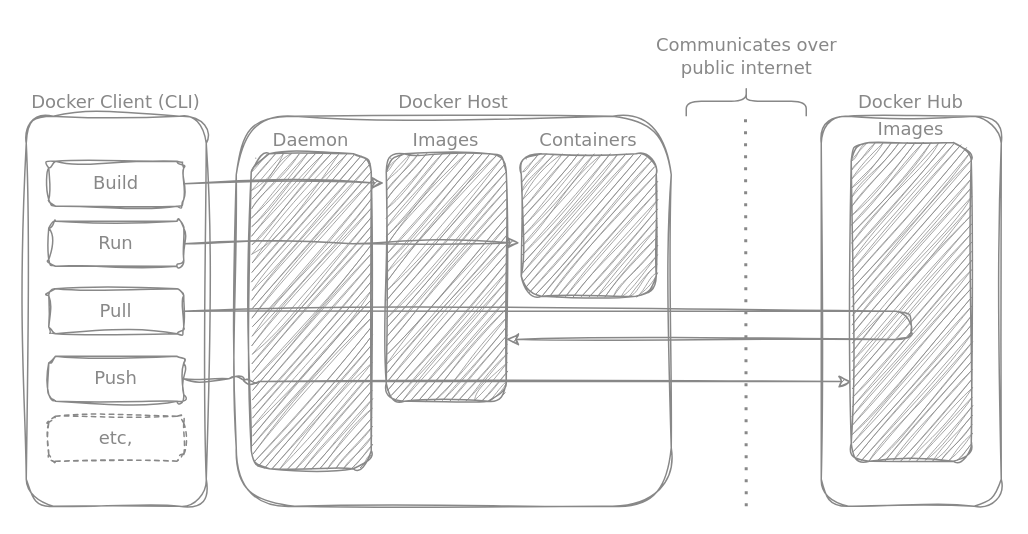
Before: diagrams/docker_architecture.drawio in MichaelStott/tech-squawks, a draw.io diagram. Source tidied: cells renumbered, new cells numbered last; positions are measured from the earlier drawing's top-left corner, leaving out a move shared by most shapes. Both pictures are drawn from the tidied source at 150%, with x=0, y=0 at pixel (26, 26).
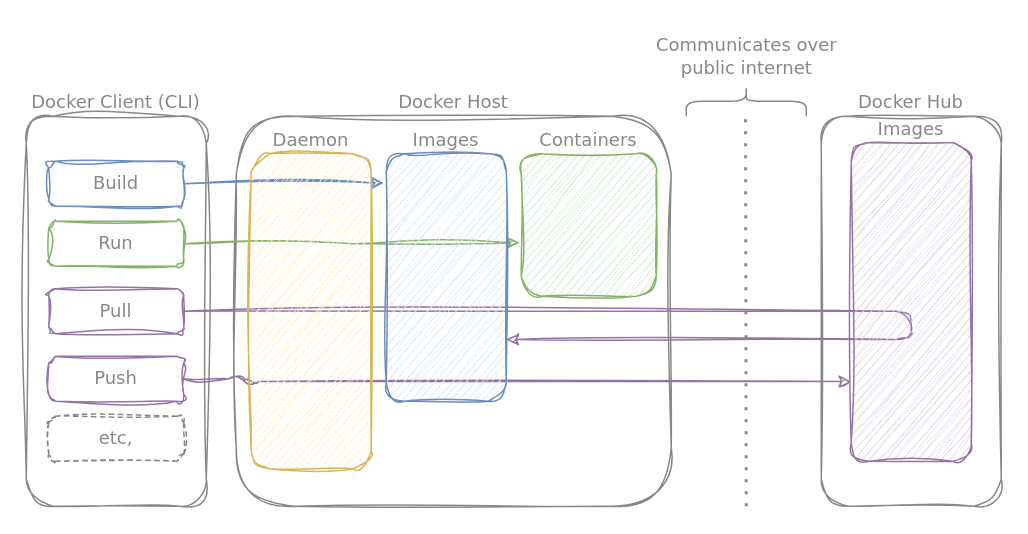
After the change.

Commit message (it also covers changes not shown here):
Updating Docker overview

What changed in the source:
```diff
@@
-    <mxCell id="5" style="edgeStyle=orthogonalEdgeStyle;jettySize=auto;html=1;exitX=1;exitY=0.5;exitDx=0;exitDy=0;entryX=-0.02;entryY=0.118;entryDx=0;entryDy=0;entryPerimeter=0;curved=1;sketch=1;curveFitting=1;jiggle=2;strokeColor=#888888;fontColor=#888888;" parent="1" edge="1" source="6" target="15">
+    <mxCell id="5" style="edgeStyle=orthogonalEdgeStyle;jettySize=auto;html=1;exitX=1;exitY=0.5;exitDx=0;exitDy=0;entryX=-0.02;entryY=0.118;entryDx=0;entryDy=0;entryPerimeter=0;curved=1;sketch=1;curveFitting=1;jiggle=2;strokeColor=#6c8ebf;fontColor=#888888;fillColor=#dae8fc;" parent="1" edge="1" source="6" target="15">
       <mxGeometry relative="1" as="geometry" />
     </mxCell>
-    <mxCell id="6" value="Build" style="rounded=1;whiteSpace=wrap;html=1;fillColor=none;fontFamily=Verdana;sketch=1;curveFitting=1;jiggle=2;strokeColor=#888888;fontColor=#888888;" parent="1" vertex="1">
+    <mxCell id="6" value="&lt;font color=&quot;#888888&quot;&gt;Build&lt;/font&gt;" style="rounded=1;whiteSpace=wrap;html=1;fillColor=none;fontFamily=Verdana;sketch=1;curveFitting=1;jiggle=2;strokeColor=#6c8ebf;" parent="1" vertex="1">
       <mxGeometry x="15" y="90" width="90" height="30" as="geometry" />
     </mxCell>
-    <mxCell id="7" style="edgeStyle=orthogonalEdgeStyle;rounded=0;jettySize=auto;html=1;exitX=1;exitY=0.5;exitDx=0;exitDy=0;entryX=-0.013;entryY=0.625;entryDx=0;entryDy=0;entryPerimeter=0;sketch=1;curveFitting=1;jiggle=2;strokeColor=#888888;fontColor=#888888;" parent="1" edge="1" source="8" target="16">
+    <mxCell id="7" style="edgeStyle=orthogonalEdgeStyle;rounded=0;jettySize=auto;html=1;exitX=1;exitY=0.5;exitDx=0;exitDy=0;entryX=-0.013;entryY=0.625;entryDx=0;entryDy=0;entryPerimeter=0;sketch=1;curveFitting=1;jiggle=2;strokeColor=#82b366;fontColor=#888888;fillColor=#d5e8d4;" parent="1" edge="1" source="8" target="16">
       <mxGeometry relative="1" as="geometry" />
     </mxCell>
-    <mxCell id="8" value="Run" style="rounded=1;whiteSpace=wrap;html=1;fillColor=none;fontFamily=Verdana;sketch=1;curveFitting=1;jiggle=2;strokeColor=#888888;fontColor=#888888;" parent="1" vertex="1">
+    <mxCell id="8" value="&lt;font color=&quot;#888888&quot;&gt;Run&lt;/font&gt;" style="rounded=1;whiteSpace=wrap;html=1;fillColor=none;fontFamily=Verdana;sketch=1;curveFitting=1;jiggle=2;strokeColor=#82b366;" parent="1" vertex="1">
       <mxGeometry x="15" y="130" width="90" height="30" as="geometry" />
     </mxCell>
-    <mxCell id="9" style="edgeStyle=orthogonalEdgeStyle;rounded=1;jettySize=auto;html=1;exitX=1;exitY=0.5;exitDx=0;exitDy=0;entryX=1;entryY=0.75;entryDx=0;entryDy=0;sketch=1;curveFitting=1;jiggle=2;strokeColor=#888888;fontColor=#888888;" parent="1" edge="1" source="10" target="15">
+    <mxCell id="9" style="edgeStyle=orthogonalEdgeStyle;rounded=1;jettySize=auto;html=1;exitX=1;exitY=0.5;exitDx=0;exitDy=0;entryX=1;entryY=0.75;entryDx=0;entryDy=0;sketch=1;curveFitting=1;jiggle=2;strokeColor=#9673a6;fontColor=#888888;fillColor=#e1d5e7;" parent="1" edge="1" source="10" target="15">
       <mxGeometry relative="1" as="geometry">
         <Array as="points">
           <mxPoint x="590" y="190" />
           <mxPoint x="590" y="209" />
         </Array>
       </mxGeometry>
     </mxCell>
-    <mxCell id="10" value="Pull" style="rounded=1;whiteSpace=wrap;html=1;fillColor=none;fontFamily=Verdana;sketch=1;curveFitting=1;jiggle=2;strokeColor=#888888;fontColor=#888888;" parent="1" vertex="1">
+    <mxCell id="10" value="&lt;font color=&quot;#888888&quot;&gt;Pull&lt;/font&gt;" style="rounded=1;whiteSpace=wrap;html=1;fillColor=none;fontFamily=Verdana;sketch=1;curveFitting=1;jiggle=2;strokeColor=#9673a6;" parent="1" vertex="1">
       <mxGeometry x="15" y="175" width="90" height="30" as="geometry" />
     </mxCell>
-    <mxCell id="11" style="edgeStyle=orthogonalEdgeStyle;rounded=1;jettySize=auto;html=1;exitX=1;exitY=0.5;exitDx=0;exitDy=0;entryX=0;entryY=0.75;entryDx=0;entryDy=0;sketch=1;curveFitting=1;jiggle=2;strokeColor=#888888;fontColor=#888888;" parent="1" edge="1" source="12" target="17">
+    <mxCell id="11" style="edgeStyle=orthogonalEdgeStyle;rounded=1;jettySize=auto;html=1;exitX=1;exitY=0.5;exitDx=0;exitDy=0;entryX=0;entryY=0.75;entryDx=0;entryDy=0;sketch=1;curveFitting=1;jiggle=2;strokeColor=#9673a6;fontColor=#888888;fillColor=#e1d5e7;" parent="1" edge="1" source="12" target="17">
       <mxGeometry relative="1" as="geometry">
         <Array as="points">
           <mxPoint x="145" y="237" />
         </Array>
       </mxGeometry>
     </mxCell>
-    <mxCell id="12" value="Push" style="rounded=1;whiteSpace=wrap;html=1;fillColor=none;fontFamily=Verdana;sketch=1;curveFitting=1;jiggle=2;strokeColor=#888888;fontColor=#888888;" parent="1" vertex="1">
+    <mxCell id="12" value="&lt;font color=&quot;#888888&quot;&gt;Push&lt;/font&gt;" style="rounded=1;whiteSpace=wrap;html=1;fillColor=none;fontFamily=Verdana;sketch=1;curveFitting=1;jiggle=2;strokeColor=#9673a6;" parent="1" vertex="1">
       <mxGeometry x="15" y="220" width="90" height="30" as="geometry" />
     </mxCell>
@@
-    <mxCell id="14" value="Daemon" style="rounded=1;whiteSpace=wrap;html=1;fillColor=#888888;fontFamily=Verdana;sketch=1;curveFitting=1;jiggle=2;labelPosition=center;verticalLabelPosition=top;align=center;verticalAlign=bottom;strokeColor=#888888;fontColor=#888888;" parent="1" vertex="1">
+    <mxCell id="14" value="&lt;font color=&quot;#888888&quot;&gt;Daemon&lt;/font&gt;" style="rounded=1;whiteSpace=wrap;html=1;fillColor=#fff2cc;fontFamily=Verdana;sketch=1;curveFitting=1;jiggle=2;labelPosition=center;verticalLabelPosition=top;align=center;verticalAlign=bottom;strokeColor=#d6b656;" parent="1" vertex="1">
       <mxGeometry x="150" y="85" width="80" height="210" as="geometry" />
     </mxCell>
-    <mxCell id="15" value="Images" style="rounded=1;whiteSpace=wrap;html=1;fillColor=#888888;fontFamily=Verdana;sketch=1;curveFitting=1;jiggle=2;labelPosition=center;verticalLabelPosition=top;align=center;verticalAlign=bottom;strokeColor=#888888;fontColor=#888888;" parent="1" vertex="1">
+    <mxCell id="15" value="&lt;font color=&quot;#888888&quot;&gt;Images&lt;/font&gt;" style="rounded=1;whiteSpace=wrap;html=1;fillColor=#dae8fc;fontFamily=Verdana;sketch=1;curveFitting=1;jiggle=2;labelPosition=center;verticalLabelPosition=top;align=center;verticalAlign=bottom;strokeColor=#6c8ebf;" parent="1" vertex="1">
       <mxGeometry x="240" y="85" width="80" height="165" as="geometry" />
     </mxCell>
-    <mxCell id="16" value="Containers" style="rounded=1;whiteSpace=wrap;html=1;fillColor=#888888;fontFamily=Verdana;sketch=1;curveFitting=1;jiggle=2;labelPosition=center;verticalLabelPosition=top;align=center;verticalAlign=bottom;strokeColor=#888888;fontColor=#888888;" parent="1" vertex="1">
+    <mxCell id="16" value="&lt;font color=&quot;#888888&quot;&gt;Containers&lt;/font&gt;" style="rounded=1;whiteSpace=wrap;html=1;fillColor=#d5e8d4;fontFamily=Verdana;sketch=1;curveFitting=1;jiggle=2;labelPosition=center;verticalLabelPosition=top;align=center;verticalAlign=bottom;strokeColor=#82b366;" parent="1" vertex="1">
       <mxGeometry x="330" y="85" width="90" height="95" as="geometry" />
     </mxCell>
-    <mxCell id="17" value="Images" style="rounded=1;whiteSpace=wrap;html=1;fillColor=#888888;fontFamily=Verdana;sketch=1;curveFitting=1;jiggle=2;labelPosition=center;verticalLabelPosition=top;align=center;verticalAlign=bottom;strokeColor=#888888;fontColor=#888888;" parent="1" vertex="1">
+    <mxCell id="17" value="&lt;font color=&quot;#888888&quot;&gt;Images&lt;/font&gt;" style="rounded=1;whiteSpace=wrap;html=1;fillColor=#e1d5e7;fontFamily=Verdana;sketch=1;curveFitting=1;jiggle=2;labelPosition=center;verticalLabelPosition=top;align=center;verticalAlign=bottom;strokeColor=#9673a6;" parent="1" vertex="1">
       <mxGeometry x="550" y="77.5" width="80" height="212.5" as="geometry" />
     </mxCell>
```
